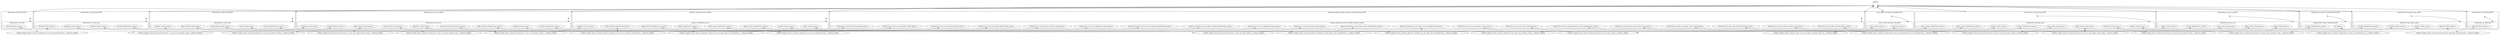
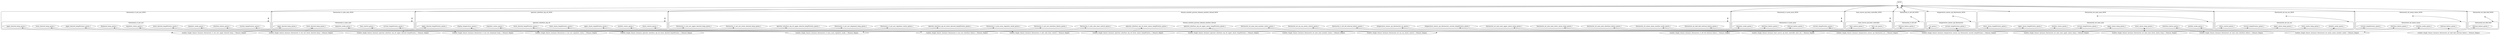
digraph microkit {
  compound=true;

  // Do not edit this file as it will be overwritten if HAMR codegen is rerun

  // protection domains
  graph [style=rounded]
  subgraph cluster_thermostat_rt_mri_mri_MON {
    label = "thermostat_rt_mri_mri_MON";
    thermostat_rt_mri_mri_MON_INVIS [label="", style=invis, width=.5, height=.5, fixedsize=true]

    graph [style=rounded]
    subgraph cluster_thermostat_rt_mri_mri {
      label = "thermostat_rt_mri_mri";
      thermostat_rt_mri_mri_INVIS [label="", style=invis, width=.5, height=.5, fixedsize=true]

      pd_thermostat_rt_mri_mri_upper_desired_temp_queue_1 [label=upper_desired_temp_queue_1];
      pd_thermostat_rt_mri_mri_lower_desired_temp_queue_1 [label=lower_desired_temp_queue_1];
      pd_thermostat_rt_mri_mri_displayed_temp_queue_1 [label=displayed_temp_queue_1];
      pd_thermostat_rt_mri_mri_regulator_status_queue_1 [label=regulator_status_queue_1];
      pd_thermostat_rt_mri_mri_interface_failure_queue_1 [label=interface_failure_queue_1];
      pd_thermostat_rt_mri_mri_regulator_mode_queue_1 [label=regulator_mode_queue_1];
      pd_thermostat_rt_mri_mri_lower_desired_tempWstatus_queue_1 [label=lower_desired_tempWstatus_queue_1];
      pd_thermostat_rt_mri_mri_upper_desired_tempWstatus_queue_1 [label=upper_desired_tempWstatus_queue_1];
      pd_thermostat_rt_mri_mri_current_tempWstatus_queue_1 [label=current_tempWstatus_queue_1];
    }
  }

  graph [style=rounded]
  subgraph cluster_thermostat_rt_mhs_mhs_MON {
    label = "thermostat_rt_mhs_mhs_MON";
    thermostat_rt_mhs_mhs_MON_INVIS [label="", style=invis, width=.5, height=.5, fixedsize=true]

    graph [style=rounded]
    subgraph cluster_thermostat_rt_mhs_mhs {
      label = "thermostat_rt_mhs_mhs";
      thermostat_rt_mhs_mhs_INVIS [label="", style=invis, width=.5, height=.5, fixedsize=true]

      pd_thermostat_rt_mhs_mhs_upper_desired_temp_queue_1 [label=upper_desired_temp_queue_1];
      pd_thermostat_rt_mhs_mhs_lower_desired_temp_queue_1 [label=lower_desired_temp_queue_1];
      pd_thermostat_rt_mhs_mhs_heat_control_queue_1 [label=heat_control_queue_1];
      pd_thermostat_rt_mhs_mhs_regulator_mode_queue_1 [label=regulator_mode_queue_1];
      pd_thermostat_rt_mhs_mhs_current_tempWstatus_queue_1 [label=current_tempWstatus_queue_1];
    }
  }

  graph [style=rounded]
  subgraph cluster_thermostat_rt_mrm_mrm_MON {
    label = "thermostat_rt_mrm_mrm_MON";
    thermostat_rt_mrm_mrm_MON_INVIS [label="", style=invis, width=.5, height=.5, fixedsize=true]

    graph [style=rounded]
    subgraph cluster_thermostat_rt_mrm_mrm {
      label = "thermostat_rt_mrm_mrm";
      thermostat_rt_mrm_mrm_INVIS [label="", style=invis, width=.5, height=.5, fixedsize=true]

      pd_thermostat_rt_mrm_mrm_interface_failure_queue_1 [label=interface_failure_queue_1];
      pd_thermostat_rt_mrm_mrm_regulator_mode_queue_1 [label=regulator_mode_queue_1];
      pd_thermostat_rt_mrm_mrm_internal_failure_queue_1 [label=internal_failure_queue_1];
      pd_thermostat_rt_mrm_mrm_current_tempWstatus_queue_1 [label=current_tempWstatus_queue_1];
    }
  }

  graph [style=rounded]
  subgraph cluster_thermostat_rt_drf_drf_MON {
    label = "thermostat_rt_drf_drf_MON";
    thermostat_rt_drf_drf_MON_INVIS [label="", style=invis, width=.5, height=.5, fixedsize=true]

    graph [style=rounded]
    subgraph cluster_thermostat_rt_drf_drf {
      label = "thermostat_rt_drf_drf";
      thermostat_rt_drf_drf_INVIS [label="", style=invis, width=.5, height=.5, fixedsize=true]

      pd_thermostat_rt_drf_drf_internal_failure_queue_1 [label=internal_failure_queue_1];
    }
  }

  graph [style=rounded]
  subgraph cluster_thermostat_mt_mmi_mmi_MON {
    label = "thermostat_mt_mmi_mmi_MON";
    thermostat_mt_mmi_mmi_MON_INVIS [label="", style=invis, width=.5, height=.5, fixedsize=true]

    graph [style=rounded]
    subgraph cluster_thermostat_mt_mmi_mmi {
      label = "thermostat_mt_mmi_mmi";
      thermostat_mt_mmi_mmi_INVIS [label="", style=invis, width=.5, height=.5, fixedsize=true]

      pd_thermostat_mt_mmi_mmi_upper_alarm_temp_queue_1 [label=upper_alarm_temp_queue_1];
      pd_thermostat_mt_mmi_mmi_lower_alarm_temp_queue_1 [label=lower_alarm_temp_queue_1];
      pd_thermostat_mt_mmi_mmi_monitor_status_queue_1 [label=monitor_status_queue_1];
      pd_thermostat_mt_mmi_mmi_interface_failure_queue_1 [label=interface_failure_queue_1];
      pd_thermostat_mt_mmi_mmi_monitor_mode_queue_1 [label=monitor_mode_queue_1];
      pd_thermostat_mt_mmi_mmi_lower_alarm_tempWstatus_queue_1 [label=lower_alarm_tempWstatus_queue_1];
      pd_thermostat_mt_mmi_mmi_upper_alarm_tempWstatus_queue_1 [label=upper_alarm_tempWstatus_queue_1];
      pd_thermostat_mt_mmi_mmi_current_tempWstatus_queue_1 [label=current_tempWstatus_queue_1];
    }
  }

  graph [style=rounded]
  subgraph cluster_thermostat_mt_ma_ma_MON {
    label = "thermostat_mt_ma_ma_MON";
    thermostat_mt_ma_ma_MON_INVIS [label="", style=invis, width=.5, height=.5, fixedsize=true]

    graph [style=rounded]
    subgraph cluster_thermostat_mt_ma_ma {
      label = "thermostat_mt_ma_ma";
      thermostat_mt_ma_ma_INVIS [label="", style=invis, width=.5, height=.5, fixedsize=true]

      pd_thermostat_mt_ma_ma_upper_alarm_temp_queue_1 [label=upper_alarm_temp_queue_1];
      pd_thermostat_mt_ma_ma_lower_alarm_temp_queue_1 [label=lower_alarm_temp_queue_1];
      pd_thermostat_mt_ma_ma_alarm_control_queue_1 [label=alarm_control_queue_1];
      pd_thermostat_mt_ma_ma_monitor_mode_queue_1 [label=monitor_mode_queue_1];
      pd_thermostat_mt_ma_ma_current_tempWstatus_queue_1 [label=current_tempWstatus_queue_1];
    }
  }

  graph [style=rounded]
  subgraph cluster_thermostat_mt_mmm_mmm_MON {
    label = "thermostat_mt_mmm_mmm_MON";
    thermostat_mt_mmm_mmm_MON_INVIS [label="", style=invis, width=.5, height=.5, fixedsize=true]

    graph [style=rounded]
    subgraph cluster_thermostat_mt_mmm_mmm {
      label = "thermostat_mt_mmm_mmm";
      thermostat_mt_mmm_mmm_INVIS [label="", style=invis, width=.5, height=.5, fixedsize=true]

      pd_thermostat_mt_mmm_mmm_interface_failure_queue_1 [label=interface_failure_queue_1];
      pd_thermostat_mt_mmm_mmm_monitor_mode_queue_1 [label=monitor_mode_queue_1];
      pd_thermostat_mt_mmm_mmm_internal_failure_queue_1 [label=internal_failure_queue_1];
      pd_thermostat_mt_mmm_mmm_current_tempWstatus_queue_1 [label=current_tempWstatus_queue_1];
    }
  }

  graph [style=rounded]
  subgraph cluster_thermostat_mt_dmf_dmf_MON {
    label = "thermostat_mt_dmf_dmf_MON";
    thermostat_mt_dmf_dmf_MON_INVIS [label="", style=invis, width=.5, height=.5, fixedsize=true]

    graph [style=rounded]
    subgraph cluster_thermostat_mt_dmf_dmf {
      label = "thermostat_mt_dmf_dmf";
      thermostat_mt_dmf_dmf_INVIS [label="", style=invis, width=.5, height=.5, fixedsize=true]

      pd_thermostat_mt_dmf_dmf_internal_failure_queue_1 [label=internal_failure_queue_1];
    }
  }

  graph [style=rounded]
  subgraph cluster_operator_interface_oip_oit_MON {
    label = "operator_interface_oip_oit_MON";
    operator_interface_oip_oit_MON_INVIS [label="", style=invis, width=.5, height=.5, fixedsize=true]

    graph [style=rounded]
    subgraph cluster_operator_interface_oip_oit {
      label = "operator_interface_oip_oit";
      operator_interface_oip_oit_INVIS [label="", style=invis, width=.5, height=.5, fixedsize=true]

      pd_operator_interface_oip_oit_display_temperature_queue_1 [label=display_temperature_queue_1];
      pd_operator_interface_oip_oit_regulator_status_queue_1 [label=regulator_status_queue_1];
      pd_operator_interface_oip_oit_monitor_status_queue_1 [label=monitor_status_queue_1];
      pd_operator_interface_oip_oit_alarm_control_queue_1 [label=alarm_control_queue_1];
      pd_operator_interface_oip_oit_lower_desired_tempWstatus_queue_1 [label=lower_desired_tempWstatus_queue_1];
      pd_operator_interface_oip_oit_upper_desired_tempWstatus_queue_1 [label=upper_desired_tempWstatus_queue_1];
      pd_operator_interface_oip_oit_lower_alarm_tempWstatus_queue_1 [label=lower_alarm_tempWstatus_queue_1];
      pd_operator_interface_oip_oit_upper_alarm_tempWstatus_queue_1 [label=upper_alarm_tempWstatus_queue_1];
    }
  }

  graph [style=rounded]
  subgraph cluster_temperature_sensor_cpi_thermostat_MON {
    label = "temperature_sensor_cpi_thermostat_MON";
    temperature_sensor_cpi_thermostat_MON_INVIS [label="", style=invis, width=.5, height=.5, fixedsize=true]

    graph [style=rounded]
    subgraph cluster_temperature_sensor_cpi_thermostat {
      label = "temperature_sensor_cpi_thermostat";
      temperature_sensor_cpi_thermostat_INVIS [label="", style=invis, width=.5, height=.5, fixedsize=true]

      pd_temperature_sensor_cpi_thermostat_current_tempWstatus_queue_1 [label=current_tempWstatus_queue_1];
      pd_temperature_sensor_cpi_thermostat_air_queue_1 [label=air_queue_1];
    }
  }

  graph [style=rounded]
  subgraph cluster_heat_source_cpi_heat_controller_MON {
    label = "heat_source_cpi_heat_controller_MON";
    heat_source_cpi_heat_controller_MON_INVIS [label="", style=invis, width=.5, height=.5, fixedsize=true]

    graph [style=rounded]
    subgraph cluster_heat_source_cpi_heat_controller {
      label = "heat_source_cpi_heat_controller";
      heat_source_cpi_heat_controller_INVIS [label="", style=invis, width=.5, height=.5, fixedsize=true]

      pd_heat_source_cpi_heat_controller_heat_control_queue_1 [label=heat_control_queue_1];
      pd_heat_source_cpi_heat_controller_heat_out_queue_1 [label=heat_out_queue_1];
    }
  }

  graph [style=rounded]
  subgraph cluster_domain_monitor_process_domain_monitor_thread_MON {
    label = "domain_monitor_process_domain_monitor_thread_MON";
    domain_monitor_process_domain_monitor_thread_MON_INVIS [label="", style=invis, width=.5, height=.5, fixedsize=true]

    graph [style=rounded]
    subgraph cluster_domain_monitor_process_domain_monitor_thread {
      label = "domain_monitor_process_domain_monitor_thread";
      domain_monitor_process_domain_monitor_thread_INVIS [label="", style=invis, width=.5, height=.5, fixedsize=true]

      pd_domain_monitor_process_domain_monitor_thread_thermostat_rt_mri_mri_upper_desired_temp_queue_1 [label=thermostat_rt_mri_mri_upper_desired_temp_queue_1];
      pd_domain_monitor_process_domain_monitor_thread_thermostat_rt_mri_mri_lower_desired_temp_queue_1 [label=thermostat_rt_mri_mri_lower_desired_temp_queue_1];
      pd_domain_monitor_process_domain_monitor_thread_thermostat_rt_mri_mri_displayed_temp_queue_1 [label=thermostat_rt_mri_mri_displayed_temp_queue_1];
      pd_domain_monitor_process_domain_monitor_thread_thermostat_rt_mri_mri_regulator_status_queue_1 [label=thermostat_rt_mri_mri_regulator_status_queue_1];
      pd_domain_monitor_process_domain_monitor_thread_thermostat_rt_mri_mri_interface_failure_queue_1 [label=thermostat_rt_mri_mri_interface_failure_queue_1];
      pd_domain_monitor_process_domain_monitor_thread_thermostat_rt_mhs_mhs_heat_control_queue_1 [label=thermostat_rt_mhs_mhs_heat_control_queue_1];
      pd_domain_monitor_process_domain_monitor_thread_thermostat_rt_mrm_mrm_regulator_mode_queue_1 [label=thermostat_rt_mrm_mrm_regulator_mode_queue_1];
      pd_domain_monitor_process_domain_monitor_thread_thermostat_rt_drf_drf_internal_failure_queue_1 [label=thermostat_rt_drf_drf_internal_failure_queue_1];
      pd_domain_monitor_process_domain_monitor_thread_thermostat_mt_mmi_mmi_upper_alarm_temp_queue_1 [label=thermostat_mt_mmi_mmi_upper_alarm_temp_queue_1];
      pd_domain_monitor_process_domain_monitor_thread_thermostat_mt_mmi_mmi_lower_alarm_temp_queue_1 [label=thermostat_mt_mmi_mmi_lower_alarm_temp_queue_1];
      pd_domain_monitor_process_domain_monitor_thread_thermostat_mt_mmi_mmi_monitor_status_queue_1 [label=thermostat_mt_mmi_mmi_monitor_status_queue_1];
      pd_domain_monitor_process_domain_monitor_thread_thermostat_mt_mmi_mmi_interface_failure_queue_1 [label=thermostat_mt_mmi_mmi_interface_failure_queue_1];
      pd_domain_monitor_process_domain_monitor_thread_thermostat_mt_ma_ma_alarm_control_queue_1 [label=thermostat_mt_ma_ma_alarm_control_queue_1];
      pd_domain_monitor_process_domain_monitor_thread_thermostat_mt_mmm_mmm_monitor_mode_queue_1 [label=thermostat_mt_mmm_mmm_monitor_mode_queue_1];
      pd_domain_monitor_process_domain_monitor_thread_thermostat_mt_dmf_dmf_internal_failure_queue_1 [label=thermostat_mt_dmf_dmf_internal_failure_queue_1];
      pd_domain_monitor_process_domain_monitor_thread_operator_interface_oip_oit_lower_desired_tempWstatus_queue_1 [label=operator_interface_oip_oit_lower_desired_tempWstatus_queue_1];
      pd_domain_monitor_process_domain_monitor_thread_operator_interface_oip_oit_upper_desired_tempWstatus_queue_1 [label=operator_interface_oip_oit_upper_desired_tempWstatus_queue_1];
      pd_domain_monitor_process_domain_monitor_thread_operator_interface_oip_oit_lower_alarm_tempWstatus_queue_1 [label=operator_interface_oip_oit_lower_alarm_tempWstatus_queue_1];
      pd_domain_monitor_process_domain_monitor_thread_operator_interface_oip_oit_upper_alarm_tempWstatus_queue_1 [label=operator_interface_oip_oit_upper_alarm_tempWstatus_queue_1];
      pd_domain_monitor_process_domain_monitor_thread_temperature_sensor_cpi_thermostat_current_tempWstatus_queue_1 [label=temperature_sensor_cpi_thermostat_current_tempWstatus_queue_1];
+       pd_domain_monitor_process_domain_monitor_thread_temperature_sensor_cpi_thermostat_air_queue_1 [label=temperature_sensor_cpi_thermostat_air_queue_1];
    }
  }

  graph [style=rounded]
  subgraph cluster_pacer {
    label = "pacer";
    pacer_INVIS [label="", style=invis, width=.5, height=.5, fixedsize=true]

  }

  // memory regions
  Isolette_Single_Sensor_Instance_thermostat_rt_mri_mri_upper_desired_temp_1_Memory_Region;

  Isolette_Single_Sensor_Instance_thermostat_rt_mri_mri_lower_desired_temp_1_Memory_Region;

  Isolette_Single_Sensor_Instance_thermostat_rt_mri_mri_displayed_temp_1_Memory_Region;

  Isolette_Single_Sensor_Instance_thermostat_rt_mri_mri_regulator_status_1_Memory_Region;

  Isolette_Single_Sensor_Instance_thermostat_rt_mri_mri_interface_failure_1_Memory_Region;

  Isolette_Single_Sensor_Instance_thermostat_rt_mhs_mhs_heat_control_1_Memory_Region;

  Isolette_Single_Sensor_Instance_thermostat_rt_mrm_mrm_regulator_mode_1_Memory_Region;

  Isolette_Single_Sensor_Instance_thermostat_rt_drf_drf_internal_failure_1_Memory_Region;

  Isolette_Single_Sensor_Instance_thermostat_mt_mmi_mmi_upper_alarm_temp_1_Memory_Region;

  Isolette_Single_Sensor_Instance_thermostat_mt_mmi_mmi_lower_alarm_temp_1_Memory_Region;

  Isolette_Single_Sensor_Instance_thermostat_mt_mmi_mmi_monitor_status_1_Memory_Region;

  Isolette_Single_Sensor_Instance_thermostat_mt_mmi_mmi_interface_failure_1_Memory_Region;

  Isolette_Single_Sensor_Instance_thermostat_mt_ma_ma_alarm_control_1_Memory_Region;

  Isolette_Single_Sensor_Instance_thermostat_mt_mmm_mmm_monitor_mode_1_Memory_Region;

  Isolette_Single_Sensor_Instance_thermostat_mt_dmf_dmf_internal_failure_1_Memory_Region;

  Isolette_Single_Sensor_Instance_operator_interface_oip_oit_lower_desired_tempWstatus_1_Memory_Region;

  Isolette_Single_Sensor_Instance_operator_interface_oip_oit_upper_desired_tempWstatus_1_Memory_Region;

  Isolette_Single_Sensor_Instance_operator_interface_oip_oit_lower_alarm_tempWstatus_1_Memory_Region;

  Isolette_Single_Sensor_Instance_operator_interface_oip_oit_upper_alarm_tempWstatus_1_Memory_Region;

  Isolette_Single_Sensor_Instance_temperature_sensor_cpi_thermostat_current_tempWstatus_1_Memory_Region;

  Isolette_Single_Sensor_Instance_temperature_sensor_cpi_thermostat_air_1_Memory_Region;

  Isolette_Single_Sensor_Instance_heat_source_cpi_heat_controller_heat_out_1_Memory_Region;

  // channels
  pacer_INVIS -> thermostat_rt_mri_mri_MON_INVIS [lhead=cluster_thermostat_rt_mri_mri_MON, minlen=2, dir=both];
  thermostat_rt_mri_mri_MON_INVIS -> thermostat_rt_mri_mri_INVIS [lhead=cluster_thermostat_rt_mri_mri, minlen=2, dir=both];
  pacer_INVIS -> thermostat_rt_mhs_mhs_MON_INVIS [lhead=cluster_thermostat_rt_mhs_mhs_MON, minlen=2, dir=both];
  thermostat_rt_mhs_mhs_MON_INVIS -> thermostat_rt_mhs_mhs_INVIS [lhead=cluster_thermostat_rt_mhs_mhs, minlen=2, dir=both];
  pacer_INVIS -> thermostat_rt_mrm_mrm_MON_INVIS [lhead=cluster_thermostat_rt_mrm_mrm_MON, minlen=2, dir=both];
  thermostat_rt_mrm_mrm_MON_INVIS -> thermostat_rt_mrm_mrm_INVIS [lhead=cluster_thermostat_rt_mrm_mrm, minlen=2, dir=both];
  pacer_INVIS -> thermostat_rt_drf_drf_MON_INVIS [lhead=cluster_thermostat_rt_drf_drf_MON, minlen=2, dir=both];
  thermostat_rt_drf_drf_MON_INVIS -> thermostat_rt_drf_drf_INVIS [lhead=cluster_thermostat_rt_drf_drf, minlen=2, dir=both];
  pacer_INVIS -> thermostat_mt_mmi_mmi_MON_INVIS [lhead=cluster_thermostat_mt_mmi_mmi_MON, minlen=2, dir=both];
  thermostat_mt_mmi_mmi_MON_INVIS -> thermostat_mt_mmi_mmi_INVIS [lhead=cluster_thermostat_mt_mmi_mmi, minlen=2, dir=both];
  pacer_INVIS -> thermostat_mt_ma_ma_MON_INVIS [lhead=cluster_thermostat_mt_ma_ma_MON, minlen=2, dir=both];
  thermostat_mt_ma_ma_MON_INVIS -> thermostat_mt_ma_ma_INVIS [lhead=cluster_thermostat_mt_ma_ma, minlen=2, dir=both];
  pacer_INVIS -> thermostat_mt_mmm_mmm_MON_INVIS [lhead=cluster_thermostat_mt_mmm_mmm_MON, minlen=2, dir=both];
  thermostat_mt_mmm_mmm_MON_INVIS -> thermostat_mt_mmm_mmm_INVIS [lhead=cluster_thermostat_mt_mmm_mmm, minlen=2, dir=both];
  pacer_INVIS -> thermostat_mt_dmf_dmf_MON_INVIS [lhead=cluster_thermostat_mt_dmf_dmf_MON, minlen=2, dir=both];
  thermostat_mt_dmf_dmf_MON_INVIS -> thermostat_mt_dmf_dmf_INVIS [lhead=cluster_thermostat_mt_dmf_dmf, minlen=2, dir=both];
  pacer_INVIS -> operator_interface_oip_oit_MON_INVIS [lhead=cluster_operator_interface_oip_oit_MON, minlen=2, dir=both];
  operator_interface_oip_oit_MON_INVIS -> operator_interface_oip_oit_INVIS [lhead=cluster_operator_interface_oip_oit, minlen=2, dir=both];
  pacer_INVIS -> temperature_sensor_cpi_thermostat_MON_INVIS [lhead=cluster_temperature_sensor_cpi_thermostat_MON, minlen=2, dir=both];
  temperature_sensor_cpi_thermostat_MON_INVIS -> temperature_sensor_cpi_thermostat_INVIS [lhead=cluster_temperature_sensor_cpi_thermostat, minlen=2, dir=both];
  pacer_INVIS -> heat_source_cpi_heat_controller_MON_INVIS [lhead=cluster_heat_source_cpi_heat_controller_MON, minlen=2, dir=both];
  heat_source_cpi_heat_controller_MON_INVIS -> heat_source_cpi_heat_controller_INVIS [lhead=cluster_heat_source_cpi_heat_controller, minlen=2, dir=both];
  pacer_INVIS -> domain_monitor_process_domain_monitor_thread_MON_INVIS [lhead=cluster_domain_monitor_process_domain_monitor_thread_MON, minlen=2, dir=both];
  domain_monitor_process_domain_monitor_thread_MON_INVIS -> domain_monitor_process_domain_monitor_thread_INVIS [lhead=cluster_domain_monitor_process_domain_monitor_thread, minlen=2, dir=both];

  // shared memory mappings
  pd_thermostat_rt_mri_mri_upper_desired_temp_queue_1 -> Isolette_Single_Sensor_Instance_thermostat_rt_mri_mri_upper_desired_temp_1_Memory_Region [dir=both, style=dashed];
  pd_thermostat_rt_mri_mri_lower_desired_temp_queue_1 -> Isolette_Single_Sensor_Instance_thermostat_rt_mri_mri_lower_desired_temp_1_Memory_Region [dir=both, style=dashed];
  pd_thermostat_rt_mri_mri_displayed_temp_queue_1 -> Isolette_Single_Sensor_Instance_thermostat_rt_mri_mri_displayed_temp_1_Memory_Region [dir=both, style=dashed];
  pd_thermostat_rt_mri_mri_regulator_status_queue_1 -> Isolette_Single_Sensor_Instance_thermostat_rt_mri_mri_regulator_status_1_Memory_Region [dir=both, style=dashed];
  pd_thermostat_rt_mri_mri_interface_failure_queue_1 -> Isolette_Single_Sensor_Instance_thermostat_rt_mri_mri_interface_failure_1_Memory_Region [dir=both, style=dashed];
  pd_thermostat_rt_mri_mri_regulator_mode_queue_1 -> Isolette_Single_Sensor_Instance_thermostat_rt_mrm_mrm_regulator_mode_1_Memory_Region [dir=back, style=dashed];
  pd_thermostat_rt_mri_mri_lower_desired_tempWstatus_queue_1 -> Isolette_Single_Sensor_Instance_operator_interface_oip_oit_lower_desired_tempWstatus_1_Memory_Region [dir=back, style=dashed];
  pd_thermostat_rt_mri_mri_upper_desired_tempWstatus_queue_1 -> Isolette_Single_Sensor_Instance_operator_interface_oip_oit_upper_desired_tempWstatus_1_Memory_Region [dir=back, style=dashed];
  pd_thermostat_rt_mri_mri_current_tempWstatus_queue_1 -> Isolette_Single_Sensor_Instance_temperature_sensor_cpi_thermostat_current_tempWstatus_1_Memory_Region [dir=back, style=dashed];
  pd_thermostat_rt_mhs_mhs_upper_desired_temp_queue_1 -> Isolette_Single_Sensor_Instance_thermostat_rt_mri_mri_upper_desired_temp_1_Memory_Region [dir=back, style=dashed];
  pd_thermostat_rt_mhs_mhs_lower_desired_temp_queue_1 -> Isolette_Single_Sensor_Instance_thermostat_rt_mri_mri_lower_desired_temp_1_Memory_Region [dir=back, style=dashed];
  pd_thermostat_rt_mhs_mhs_heat_control_queue_1 -> Isolette_Single_Sensor_Instance_thermostat_rt_mhs_mhs_heat_control_1_Memory_Region [dir=both, style=dashed];
  pd_thermostat_rt_mhs_mhs_regulator_mode_queue_1 -> Isolette_Single_Sensor_Instance_thermostat_rt_mrm_mrm_regulator_mode_1_Memory_Region [dir=back, style=dashed];
  pd_thermostat_rt_mhs_mhs_current_tempWstatus_queue_1 -> Isolette_Single_Sensor_Instance_temperature_sensor_cpi_thermostat_current_tempWstatus_1_Memory_Region [dir=back, style=dashed];
  pd_thermostat_rt_mrm_mrm_interface_failure_queue_1 -> Isolette_Single_Sensor_Instance_thermostat_rt_mri_mri_interface_failure_1_Memory_Region [dir=back, style=dashed];
  pd_thermostat_rt_mrm_mrm_regulator_mode_queue_1 -> Isolette_Single_Sensor_Instance_thermostat_rt_mrm_mrm_regulator_mode_1_Memory_Region [dir=both, style=dashed];
  pd_thermostat_rt_mrm_mrm_internal_failure_queue_1 -> Isolette_Single_Sensor_Instance_thermostat_rt_drf_drf_internal_failure_1_Memory_Region [dir=back, style=dashed];
  pd_thermostat_rt_mrm_mrm_current_tempWstatus_queue_1 -> Isolette_Single_Sensor_Instance_temperature_sensor_cpi_thermostat_current_tempWstatus_1_Memory_Region [dir=back, style=dashed];
  pd_thermostat_rt_drf_drf_internal_failure_queue_1 -> Isolette_Single_Sensor_Instance_thermostat_rt_drf_drf_internal_failure_1_Memory_Region [dir=both, style=dashed];
  pd_thermostat_mt_mmi_mmi_upper_alarm_temp_queue_1 -> Isolette_Single_Sensor_Instance_thermostat_mt_mmi_mmi_upper_alarm_temp_1_Memory_Region [dir=both, style=dashed];
  pd_thermostat_mt_mmi_mmi_lower_alarm_temp_queue_1 -> Isolette_Single_Sensor_Instance_thermostat_mt_mmi_mmi_lower_alarm_temp_1_Memory_Region [dir=both, style=dashed];
  pd_thermostat_mt_mmi_mmi_monitor_status_queue_1 -> Isolette_Single_Sensor_Instance_thermostat_mt_mmi_mmi_monitor_status_1_Memory_Region [dir=both, style=dashed];
  pd_thermostat_mt_mmi_mmi_interface_failure_queue_1 -> Isolette_Single_Sensor_Instance_thermostat_mt_mmi_mmi_interface_failure_1_Memory_Region [dir=both, style=dashed];
  pd_thermostat_mt_mmi_mmi_monitor_mode_queue_1 -> Isolette_Single_Sensor_Instance_thermostat_mt_mmm_mmm_monitor_mode_1_Memory_Region [dir=back, style=dashed];
  pd_thermostat_mt_mmi_mmi_lower_alarm_tempWstatus_queue_1 -> Isolette_Single_Sensor_Instance_operator_interface_oip_oit_lower_alarm_tempWstatus_1_Memory_Region [dir=back, style=dashed];
  pd_thermostat_mt_mmi_mmi_upper_alarm_tempWstatus_queue_1 -> Isolette_Single_Sensor_Instance_operator_interface_oip_oit_upper_alarm_tempWstatus_1_Memory_Region [dir=back, style=dashed];
  pd_thermostat_mt_mmi_mmi_current_tempWstatus_queue_1 -> Isolette_Single_Sensor_Instance_temperature_sensor_cpi_thermostat_current_tempWstatus_1_Memory_Region [dir=back, style=dashed];
  pd_thermostat_mt_ma_ma_upper_alarm_temp_queue_1 -> Isolette_Single_Sensor_Instance_thermostat_mt_mmi_mmi_upper_alarm_temp_1_Memory_Region [dir=back, style=dashed];
  pd_thermostat_mt_ma_ma_lower_alarm_temp_queue_1 -> Isolette_Single_Sensor_Instance_thermostat_mt_mmi_mmi_lower_alarm_temp_1_Memory_Region [dir=back, style=dashed];
  pd_thermostat_mt_ma_ma_alarm_control_queue_1 -> Isolette_Single_Sensor_Instance_thermostat_mt_ma_ma_alarm_control_1_Memory_Region [dir=both, style=dashed];
  pd_thermostat_mt_ma_ma_monitor_mode_queue_1 -> Isolette_Single_Sensor_Instance_thermostat_mt_mmm_mmm_monitor_mode_1_Memory_Region [dir=back, style=dashed];
  pd_thermostat_mt_ma_ma_current_tempWstatus_queue_1 -> Isolette_Single_Sensor_Instance_temperature_sensor_cpi_thermostat_current_tempWstatus_1_Memory_Region [dir=back, style=dashed];
  pd_thermostat_mt_mmm_mmm_interface_failure_queue_1 -> Isolette_Single_Sensor_Instance_thermostat_mt_mmi_mmi_interface_failure_1_Memory_Region [dir=back, style=dashed];
  pd_thermostat_mt_mmm_mmm_monitor_mode_queue_1 -> Isolette_Single_Sensor_Instance_thermostat_mt_mmm_mmm_monitor_mode_1_Memory_Region [dir=both, style=dashed];
  pd_thermostat_mt_mmm_mmm_internal_failure_queue_1 -> Isolette_Single_Sensor_Instance_thermostat_mt_dmf_dmf_internal_failure_1_Memory_Region [dir=back, style=dashed];
  pd_thermostat_mt_mmm_mmm_current_tempWstatus_queue_1 -> Isolette_Single_Sensor_Instance_temperature_sensor_cpi_thermostat_current_tempWstatus_1_Memory_Region [dir=back, style=dashed];
  pd_thermostat_mt_dmf_dmf_internal_failure_queue_1 -> Isolette_Single_Sensor_Instance_thermostat_mt_dmf_dmf_internal_failure_1_Memory_Region [dir=both, style=dashed];
  pd_operator_interface_oip_oit_display_temperature_queue_1 -> Isolette_Single_Sensor_Instance_thermostat_rt_mri_mri_displayed_temp_1_Memory_Region [dir=back, style=dashed];
  pd_operator_interface_oip_oit_regulator_status_queue_1 -> Isolette_Single_Sensor_Instance_thermostat_rt_mri_mri_regulator_status_1_Memory_Region [dir=back, style=dashed];
  pd_operator_interface_oip_oit_monitor_status_queue_1 -> Isolette_Single_Sensor_Instance_thermostat_mt_mmi_mmi_monitor_status_1_Memory_Region [dir=back, style=dashed];
  pd_operator_interface_oip_oit_alarm_control_queue_1 -> Isolette_Single_Sensor_Instance_thermostat_mt_ma_ma_alarm_control_1_Memory_Region [dir=back, style=dashed];
  pd_operator_interface_oip_oit_lower_desired_tempWstatus_queue_1 -> Isolette_Single_Sensor_Instance_operator_interface_oip_oit_lower_desired_tempWstatus_1_Memory_Region [dir=both, style=dashed];
  pd_operator_interface_oip_oit_upper_desired_tempWstatus_queue_1 -> Isolette_Single_Sensor_Instance_operator_interface_oip_oit_upper_desired_tempWstatus_1_Memory_Region [dir=both, style=dashed];
  pd_operator_interface_oip_oit_lower_alarm_tempWstatus_queue_1 -> Isolette_Single_Sensor_Instance_operator_interface_oip_oit_lower_alarm_tempWstatus_1_Memory_Region [dir=both, style=dashed];
  pd_operator_interface_oip_oit_upper_alarm_tempWstatus_queue_1 -> Isolette_Single_Sensor_Instance_operator_interface_oip_oit_upper_alarm_tempWstatus_1_Memory_Region [dir=both, style=dashed];
  pd_temperature_sensor_cpi_thermostat_current_tempWstatus_queue_1 -> Isolette_Single_Sensor_Instance_temperature_sensor_cpi_thermostat_current_tempWstatus_1_Memory_Region [dir=both, style=dashed];
  pd_temperature_sensor_cpi_thermostat_air_queue_1 -> Isolette_Single_Sensor_Instance_temperature_sensor_cpi_thermostat_air_1_Memory_Region [dir=back, style=dashed];
  pd_heat_source_cpi_heat_controller_heat_control_queue_1 -> Isolette_Single_Sensor_Instance_thermostat_rt_mhs_mhs_heat_control_1_Memory_Region [dir=back, style=dashed];
  pd_heat_source_cpi_heat_controller_heat_out_queue_1 -> Isolette_Single_Sensor_Instance_heat_source_cpi_heat_controller_heat_out_1_Memory_Region [dir=both, style=dashed];
  pd_domain_monitor_process_domain_monitor_thread_thermostat_rt_mri_mri_upper_desired_temp_queue_1 -> Isolette_Single_Sensor_Instance_thermostat_rt_mri_mri_upper_desired_temp_1_Memory_Region [dir=back, style=dashed];
  pd_domain_monitor_process_domain_monitor_thread_thermostat_rt_mri_mri_lower_desired_temp_queue_1 -> Isolette_Single_Sensor_Instance_thermostat_rt_mri_mri_lower_desired_temp_1_Memory_Region [dir=back, style=dashed];
  pd_domain_monitor_process_domain_monitor_thread_thermostat_rt_mri_mri_displayed_temp_queue_1 -> Isolette_Single_Sensor_Instance_thermostat_rt_mri_mri_displayed_temp_1_Memory_Region [dir=back, style=dashed];
  pd_domain_monitor_process_domain_monitor_thread_thermostat_rt_mri_mri_regulator_status_queue_1 -> Isolette_Single_Sensor_Instance_thermostat_rt_mri_mri_regulator_status_1_Memory_Region [dir=back, style=dashed];
  pd_domain_monitor_process_domain_monitor_thread_thermostat_rt_mri_mri_interface_failure_queue_1 -> Isolette_Single_Sensor_Instance_thermostat_rt_mri_mri_interface_failure_1_Memory_Region [dir=back, style=dashed];
  pd_domain_monitor_process_domain_monitor_thread_thermostat_rt_mhs_mhs_heat_control_queue_1 -> Isolette_Single_Sensor_Instance_thermostat_rt_mhs_mhs_heat_control_1_Memory_Region [dir=back, style=dashed];
  pd_domain_monitor_process_domain_monitor_thread_thermostat_rt_mrm_mrm_regulator_mode_queue_1 -> Isolette_Single_Sensor_Instance_thermostat_rt_mrm_mrm_regulator_mode_1_Memory_Region [dir=back, style=dashed];
  pd_domain_monitor_process_domain_monitor_thread_thermostat_rt_drf_drf_internal_failure_queue_1 -> Isolette_Single_Sensor_Instance_thermostat_rt_drf_drf_internal_failure_1_Memory_Region [dir=back, style=dashed];
  pd_domain_monitor_process_domain_monitor_thread_thermostat_mt_mmi_mmi_upper_alarm_temp_queue_1 -> Isolette_Single_Sensor_Instance_thermostat_mt_mmi_mmi_upper_alarm_temp_1_Memory_Region [dir=back, style=dashed];
  pd_domain_monitor_process_domain_monitor_thread_thermostat_mt_mmi_mmi_lower_alarm_temp_queue_1 -> Isolette_Single_Sensor_Instance_thermostat_mt_mmi_mmi_lower_alarm_temp_1_Memory_Region [dir=back, style=dashed];
  pd_domain_monitor_process_domain_monitor_thread_thermostat_mt_mmi_mmi_monitor_status_queue_1 -> Isolette_Single_Sensor_Instance_thermostat_mt_mmi_mmi_monitor_status_1_Memory_Region [dir=back, style=dashed];
  pd_domain_monitor_process_domain_monitor_thread_thermostat_mt_mmi_mmi_interface_failure_queue_1 -> Isolette_Single_Sensor_Instance_thermostat_mt_mmi_mmi_interface_failure_1_Memory_Region [dir=back, style=dashed];
  pd_domain_monitor_process_domain_monitor_thread_thermostat_mt_ma_ma_alarm_control_queue_1 -> Isolette_Single_Sensor_Instance_thermostat_mt_ma_ma_alarm_control_1_Memory_Region [dir=back, style=dashed];
  pd_domain_monitor_process_domain_monitor_thread_thermostat_mt_mmm_mmm_monitor_mode_queue_1 -> Isolette_Single_Sensor_Instance_thermostat_mt_mmm_mmm_monitor_mode_1_Memory_Region [dir=back, style=dashed];
  pd_domain_monitor_process_domain_monitor_thread_thermostat_mt_dmf_dmf_internal_failure_queue_1 -> Isolette_Single_Sensor_Instance_thermostat_mt_dmf_dmf_internal_failure_1_Memory_Region [dir=back, style=dashed];
  pd_domain_monitor_process_domain_monitor_thread_operator_interface_oip_oit_lower_desired_tempWstatus_queue_1 -> Isolette_Single_Sensor_Instance_operator_interface_oip_oit_lower_desired_tempWstatus_1_Memory_Region [dir=back, style=dashed];
  pd_domain_monitor_process_domain_monitor_thread_operator_interface_oip_oit_upper_desired_tempWstatus_queue_1 -> Isolette_Single_Sensor_Instance_operator_interface_oip_oit_upper_desired_tempWstatus_1_Memory_Region [dir=back, style=dashed];
  pd_domain_monitor_process_domain_monitor_thread_operator_interface_oip_oit_lower_alarm_tempWstatus_queue_1 -> Isolette_Single_Sensor_Instance_operator_interface_oip_oit_lower_alarm_tempWstatus_1_Memory_Region [dir=back, style=dashed];
  pd_domain_monitor_process_domain_monitor_thread_operator_interface_oip_oit_upper_alarm_tempWstatus_queue_1 -> Isolette_Single_Sensor_Instance_operator_interface_oip_oit_upper_alarm_tempWstatus_1_Memory_Region [dir=back, style=dashed];
  pd_domain_monitor_process_domain_monitor_thread_temperature_sensor_cpi_thermostat_current_tempWstatus_queue_1 -> Isolette_Single_Sensor_Instance_temperature_sensor_cpi_thermostat_current_tempWstatus_1_Memory_Region [dir=back, style=dashed];
+   pd_domain_monitor_process_domain_monitor_thread_temperature_sensor_cpi_thermostat_air_queue_1 -> Isolette_Single_Sensor_Instance_temperature_sensor_cpi_thermostat_air_1_Memory_Region [dir=back, style=dashed];
}